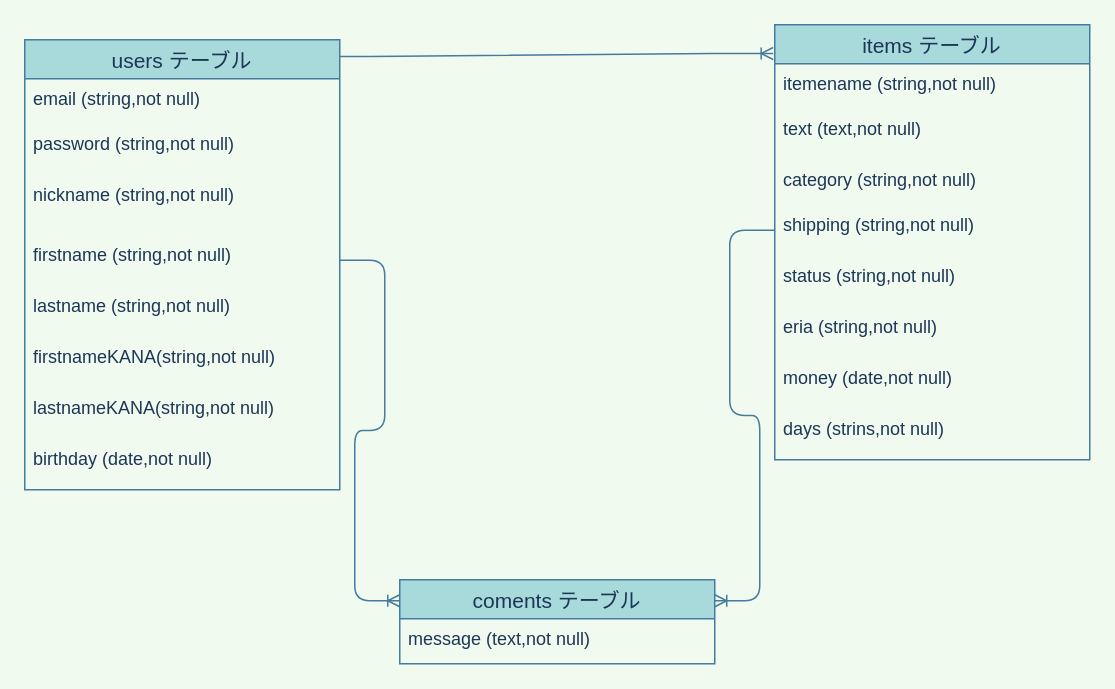
This is app/er.dio from ucchiii0210/furima-32884, a draw.io file, before an edit. Source tidied: cells renumbered, new cells numbered last; positions are measured from the earlier drawing's top-left corner, leaving out a move shared by most shapes. Both pictures are drawn from the tidied source at 150%, with x=0, y=0 at pixel (24, 24).
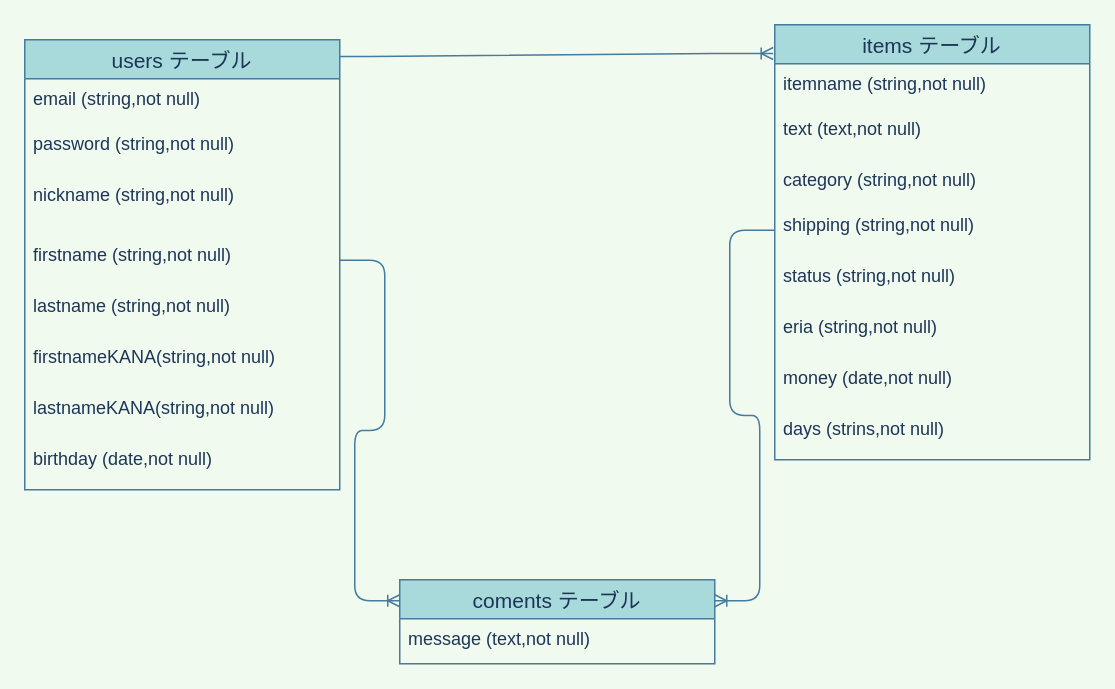
The same page after the edit.

The change refers to these unchanged cells:
```xml
<mxCell id="12" value="items テーブル" style="swimlane;fontStyle=0;horizontal=1;startSize=26;align=center;fontSize=14;direction=east;fillColor=#A8DADC;strokeColor=#457B9D;fontColor=#1D3557;" parent="1" vertex="1">
  <mxGeometry x="500" width="210" height="290" as="geometry" />
</mxCell>
```

Diff of the diagram source:
```diff
@@
-    <mxCell id="13" value="itemename (string,not null)&#10;" style="text;strokeColor=none;fillColor=none;spacingLeft=4;spacingRight=4;overflow=hidden;fontSize=12;fontColor=#1D3557;" parent="12" vertex="1">
+    <mxCell id="13" value="itemname (string,not null)&#10;" style="text;strokeColor=none;fillColor=none;spacingLeft=4;spacingRight=4;overflow=hidden;fontSize=12;fontColor=#1D3557;" parent="12" vertex="1">
       <mxGeometry y="26" width="210" height="30" as="geometry" />
     </mxCell>
```
